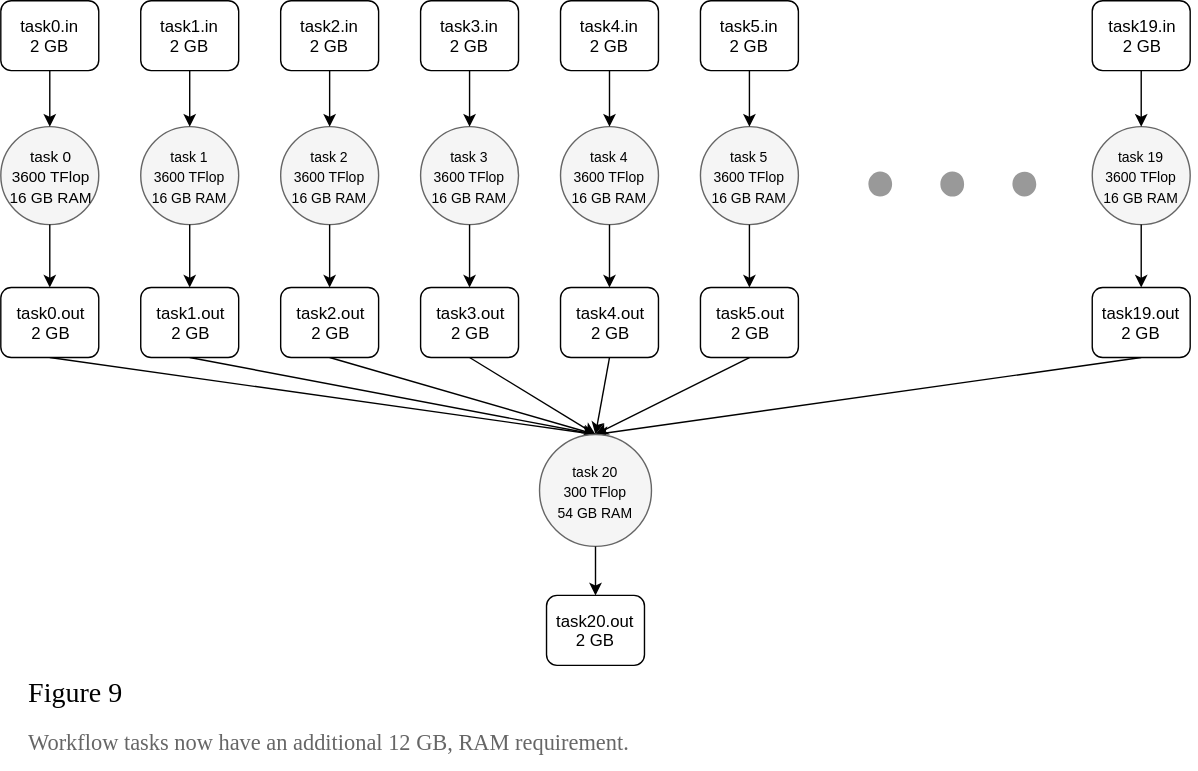
Earlier version of the draw.io export docs/public/img/workflow_execution_parallelism/workflow_using_additional_ram.svg (wrench-project/wrench-pedagogic-modules). Source tidied: cells renumbered, new cells last; positions are measured from the earlier drawing's top-left corner, leaving out a move shared by most shapes. Its diagram source:
```xml
<mxGraphModel background="#ffffff">
  <root>
    <mxCell id="0" />
    <mxCell id="1" parent="0" />
    <mxCell id="2" style="group;fillColor=none;strokeColor=none;" parent="1" vertex="1">
      <mxGeometry x="390" y="310" width="70" height="165" as="geometry" />
    </mxCell>
    <mxCell id="3" style="endArrow=classic;html=1;exitX=0.5;exitY=1;entryX=0.5;entryY=0;" parent="1" edge="1" source="14" target="47">
      <mxGeometry relative="1" as="geometry" />
    </mxCell>
    <mxCell id="4" style="endArrow=classic;html=1;exitX=0.5;exitY=1;entryX=0.5;entryY=0;" parent="1" edge="1" source="19" target="47">
      <mxGeometry relative="1" as="geometry" />
    </mxCell>
    <mxCell id="5" style="endArrow=classic;html=1;exitX=0.5;exitY=1;entryX=0.5;entryY=0;" parent="1" edge="1" source="24" target="47">
      <mxGeometry relative="1" as="geometry" />
    </mxCell>
    <mxCell id="6" style="endArrow=classic;html=1;exitX=0.5;exitY=1;entryX=0.5;entryY=0;" parent="1" edge="1" source="29" target="47">
      <mxGeometry relative="1" as="geometry" />
    </mxCell>
    <mxCell id="7" style="endArrow=classic;html=1;exitX=0.5;exitY=1;entryX=0.5;entryY=0;" parent="1" edge="1" source="34" target="47">
      <mxGeometry relative="1" as="geometry" />
    </mxCell>
    <mxCell id="8" style="endArrow=classic;html=1;exitX=0.5;exitY=1;entryX=0.5;entryY=0;" parent="1" edge="1" source="39" target="47">
      <mxGeometry relative="1" as="geometry" />
    </mxCell>
    <mxCell id="9" style="endArrow=classic;html=1;exitX=0.5;exitY=1;entryX=0.5;entryY=0;" parent="1" edge="1" source="45" target="47">
      <mxGeometry relative="1" as="geometry" />
    </mxCell>
    <mxCell id="10" value="&lt;h1 style=&quot;font-size: 20px&quot;&gt;&lt;font face=&quot;Garamond&quot; style=&quot;font-size: 20px ; font-weight: normal&quot;&gt;Figure 9&lt;/font&gt;&lt;/h1&gt;&lt;p&gt;&lt;font face=&quot;Garamond&quot;&gt;&lt;span style=&quot;font-size: 16px&quot;&gt;&lt;font color=&quot;#666666&quot;&gt;Workflow tasks now have an additional 12 GB, RAM requirement.&amp;nbsp; &amp;nbsp;&amp;nbsp;&lt;/font&gt; &amp;nbsp;&lt;/span&gt;&lt;/font&gt;&lt;/p&gt;" style="text;html=1;strokeColor=none;fillColor=none;spacing=5;spacingTop=-20;whiteSpace=wrap;overflow=hidden;rounded=0;" parent="1" vertex="1">
      <mxGeometry x="15" y="480" width="840" height="70" as="geometry" />
    </mxCell>
    <mxCell id="11" value="&lt;font style=&quot;font-size: 11px&quot;&gt;task 0&lt;br&gt;3600 TFlop&lt;br&gt;16 GB RAM&lt;br&gt;&lt;/font&gt;" style="ellipse;whiteSpace=wrap;html=1;strokeColor=#666666;strokeWidth=1;fillColor=#F5F5F5;" parent="1" vertex="1">
      <mxGeometry y="90" width="70" height="70" as="geometry" />
    </mxCell>
    <mxCell id="12" style="edgeStyle=orthogonalEdgeStyle;rounded=0;html=1;jettySize=auto;" parent="1" edge="1" source="13" target="11">
      <mxGeometry relative="1" as="geometry" />
    </mxCell>
    <mxCell id="13" value="task0.in&lt;br&gt;2 GB&lt;br&gt;" style="rounded=1;whiteSpace=wrap;html=1;strokeColor=#000000;strokeWidth=1;fillColor=#ffffff;" parent="1" vertex="1">
      <mxGeometry width="70" height="50" as="geometry" />
    </mxCell>
    <mxCell id="14" value="task0.out&lt;br&gt;2 GB&lt;br&gt;" style="rounded=1;whiteSpace=wrap;html=1;strokeColor=#000000;strokeWidth=1;fillColor=#ffffff;" parent="1" vertex="1">
      <mxGeometry y="205" width="70" height="50" as="geometry" />
    </mxCell>
    <mxCell id="15" style="edgeStyle=orthogonalEdgeStyle;rounded=0;html=1;jettySize=auto;" parent="1" edge="1" source="11" target="14">
      <mxGeometry relative="1" as="geometry" />
    </mxCell>
    <mxCell id="16" value="&lt;font style=&quot;font-size: 10px&quot;&gt;task 1&lt;br&gt;3600 TFlop&lt;br&gt;16 GB RAM&lt;br&gt;&lt;/font&gt;" style="ellipse;whiteSpace=wrap;html=1;strokeColor=#666666;strokeWidth=1;fillColor=#F5F5F5;" parent="1" vertex="1">
      <mxGeometry x="100" y="90" width="70" height="70" as="geometry" />
    </mxCell>
    <mxCell id="17" style="edgeStyle=orthogonalEdgeStyle;rounded=0;html=1;jettySize=auto;" parent="1" edge="1" source="18" target="16">
      <mxGeometry relative="1" as="geometry" />
    </mxCell>
    <mxCell id="18" value="task1.in&lt;br&gt;2 GB&lt;br&gt;" style="rounded=1;whiteSpace=wrap;html=1;strokeColor=#000000;strokeWidth=1;fillColor=#ffffff;" parent="1" vertex="1">
      <mxGeometry x="100" width="70" height="50" as="geometry" />
    </mxCell>
    <mxCell id="19" value="task1.out&lt;br&gt;2 GB&lt;br&gt;" style="rounded=1;whiteSpace=wrap;html=1;strokeColor=#000000;strokeWidth=1;fillColor=#ffffff;" parent="1" vertex="1">
      <mxGeometry x="100" y="205" width="70" height="50" as="geometry" />
    </mxCell>
    <mxCell id="20" style="edgeStyle=orthogonalEdgeStyle;rounded=0;html=1;jettySize=auto;" parent="1" edge="1" source="16" target="19">
      <mxGeometry relative="1" as="geometry" />
    </mxCell>
    <mxCell id="21" value="&lt;font style=&quot;font-size: 10px&quot;&gt;task 2&lt;br&gt;3600 TFlop&lt;br&gt;16 GB RAM&lt;br&gt;&lt;/font&gt;" style="ellipse;whiteSpace=wrap;html=1;strokeColor=#666666;strokeWidth=1;fillColor=#F5F5F5;" parent="1" vertex="1">
      <mxGeometry x="200" y="90" width="70" height="70" as="geometry" />
    </mxCell>
    <mxCell id="22" style="edgeStyle=orthogonalEdgeStyle;rounded=0;html=1;jettySize=auto;" parent="1" edge="1" source="23" target="21">
      <mxGeometry relative="1" as="geometry" />
    </mxCell>
    <mxCell id="23" value="task2.in&lt;br&gt;2 GB&lt;br&gt;" style="rounded=1;whiteSpace=wrap;html=1;strokeColor=#000000;strokeWidth=1;fillColor=#ffffff;" parent="1" vertex="1">
      <mxGeometry x="200" width="70" height="50" as="geometry" />
    </mxCell>
    <mxCell id="24" value="task2.out&lt;br&gt;2 GB&lt;br&gt;" style="rounded=1;whiteSpace=wrap;html=1;strokeColor=#000000;strokeWidth=1;fillColor=#ffffff;" parent="1" vertex="1">
      <mxGeometry x="200" y="205" width="70" height="50" as="geometry" />
    </mxCell>
    <mxCell id="25" style="edgeStyle=orthogonalEdgeStyle;rounded=0;html=1;jettySize=auto;" parent="1" edge="1" source="21" target="24">
      <mxGeometry relative="1" as="geometry" />
    </mxCell>
    <mxCell id="26" value="&lt;font style=&quot;font-size: 10px&quot;&gt;task 3&lt;br&gt;3600 TFlop&lt;br&gt;16 GB RAM&lt;br&gt;&lt;/font&gt;" style="ellipse;whiteSpace=wrap;html=1;strokeColor=#666666;strokeWidth=1;fillColor=#F5F5F5;" parent="1" vertex="1">
      <mxGeometry x="300" y="90" width="70" height="70" as="geometry" />
    </mxCell>
    <mxCell id="27" style="edgeStyle=orthogonalEdgeStyle;rounded=0;html=1;jettySize=auto;" parent="1" edge="1" source="28" target="26">
      <mxGeometry relative="1" as="geometry" />
    </mxCell>
    <mxCell id="28" value="task3.in&lt;br&gt;2 GB&lt;br&gt;" style="rounded=1;whiteSpace=wrap;html=1;strokeColor=#000000;strokeWidth=1;fillColor=#ffffff;" parent="1" vertex="1">
      <mxGeometry x="300" width="70" height="50" as="geometry" />
    </mxCell>
    <mxCell id="29" value="task3.out&lt;br&gt;2 GB&lt;br&gt;" style="rounded=1;whiteSpace=wrap;html=1;strokeColor=#000000;strokeWidth=1;fillColor=#ffffff;" parent="1" vertex="1">
      <mxGeometry x="300" y="205" width="70" height="50" as="geometry" />
    </mxCell>
    <mxCell id="30" style="edgeStyle=orthogonalEdgeStyle;rounded=0;html=1;jettySize=auto;" parent="1" edge="1" source="26" target="29">
      <mxGeometry relative="1" as="geometry" />
    </mxCell>
    <mxCell id="31" value="&lt;font style=&quot;font-size: 10px&quot;&gt;task 4&lt;br&gt;3600 TFlop&lt;br&gt;16 GB RAM&lt;br&gt;&lt;/font&gt;" style="ellipse;whiteSpace=wrap;html=1;strokeColor=#666666;strokeWidth=1;fillColor=#F5F5F5;" parent="1" vertex="1">
      <mxGeometry x="400" y="90" width="70" height="70" as="geometry" />
    </mxCell>
    <mxCell id="32" style="edgeStyle=orthogonalEdgeStyle;rounded=0;html=1;jettySize=auto;" parent="1" edge="1" source="33" target="31">
      <mxGeometry relative="1" as="geometry" />
    </mxCell>
    <mxCell id="33" value="task4.in&lt;br&gt;2 GB&lt;br&gt;" style="rounded=1;whiteSpace=wrap;html=1;strokeColor=#000000;strokeWidth=1;fillColor=#ffffff;" parent="1" vertex="1">
      <mxGeometry x="400" width="70" height="50" as="geometry" />
    </mxCell>
    <mxCell id="34" value="task4.out&lt;br&gt;2 GB&lt;br&gt;" style="rounded=1;whiteSpace=wrap;html=1;strokeColor=#000000;strokeWidth=1;fillColor=#ffffff;" parent="1" vertex="1">
      <mxGeometry x="400" y="205" width="70" height="50" as="geometry" />
    </mxCell>
    <mxCell id="35" style="edgeStyle=orthogonalEdgeStyle;rounded=0;html=1;jettySize=auto;" parent="1" edge="1" source="31" target="34">
      <mxGeometry relative="1" as="geometry" />
    </mxCell>
    <mxCell id="36" value="&lt;font style=&quot;font-size: 10px&quot;&gt;task 5&lt;br&gt;3600 TFlop&lt;br&gt;16 GB RAM&lt;br&gt;&lt;/font&gt;" style="ellipse;whiteSpace=wrap;html=1;strokeColor=#666666;strokeWidth=1;fillColor=#F5F5F5;" parent="1" vertex="1">
      <mxGeometry x="500" y="90" width="70" height="70" as="geometry" />
    </mxCell>
    <mxCell id="37" style="edgeStyle=orthogonalEdgeStyle;rounded=0;html=1;jettySize=auto;" parent="1" edge="1" source="38" target="36">
      <mxGeometry relative="1" as="geometry" />
    </mxCell>
    <mxCell id="38" value="task5.in&lt;br&gt;2 GB&lt;br&gt;" style="rounded=1;whiteSpace=wrap;html=1;strokeColor=#000000;strokeWidth=1;fillColor=#ffffff;" parent="1" vertex="1">
      <mxGeometry x="500" width="70" height="50" as="geometry" />
    </mxCell>
    <mxCell id="39" value="task5.out&lt;br&gt;2 GB&lt;br&gt;" style="rounded=1;whiteSpace=wrap;html=1;strokeColor=#000000;strokeWidth=1;fillColor=#ffffff;" parent="1" vertex="1">
      <mxGeometry x="500" y="205" width="70" height="50" as="geometry" />
    </mxCell>
    <mxCell id="40" style="edgeStyle=orthogonalEdgeStyle;rounded=0;html=1;jettySize=auto;" parent="1" edge="1" source="36" target="39">
      <mxGeometry relative="1" as="geometry" />
    </mxCell>
    <mxCell id="41" style="shadow=0;dashed=0;html=1;strokeColor=none;labelPosition=center;verticalLabelPosition=bottom;verticalAlign=top;align=center;shape=mxgraph.mscae.general_symbols.ellipses;fillColor=#999999;" parent="1" vertex="1">
      <mxGeometry x="620" y="122" width="120" height="18" as="geometry" />
    </mxCell>
    <mxCell id="42" value="&lt;font style=&quot;font-size: 10px&quot;&gt;task 19&lt;br&gt;3600 TFlop&lt;br&gt;16 GB RAM&lt;br&gt;&lt;/font&gt;" style="ellipse;whiteSpace=wrap;html=1;strokeColor=#666666;strokeWidth=1;fillColor=#F5F5F5;" parent="1" vertex="1">
      <mxGeometry x="780" y="90" width="70" height="70" as="geometry" />
    </mxCell>
    <mxCell id="43" style="edgeStyle=orthogonalEdgeStyle;rounded=0;html=1;jettySize=auto;" parent="1" edge="1" source="44" target="42">
      <mxGeometry relative="1" as="geometry" />
    </mxCell>
    <mxCell id="44" value="task19.in&lt;br&gt;2 GB&lt;br&gt;" style="rounded=1;whiteSpace=wrap;html=1;strokeColor=#000000;strokeWidth=1;fillColor=#ffffff;" parent="1" vertex="1">
      <mxGeometry x="780" width="70" height="50" as="geometry" />
    </mxCell>
    <mxCell id="45" value="task19.out&lt;br&gt;2 GB&lt;br&gt;" style="rounded=1;whiteSpace=wrap;html=1;strokeColor=#000000;strokeWidth=1;fillColor=#ffffff;" parent="1" vertex="1">
      <mxGeometry x="780" y="205" width="70" height="50" as="geometry" />
    </mxCell>
    <mxCell id="46" style="edgeStyle=orthogonalEdgeStyle;rounded=0;html=1;jettySize=auto;" parent="1" edge="1" source="42" target="45">
      <mxGeometry relative="1" as="geometry" />
    </mxCell>
    <mxCell id="47" value="&lt;font style=&quot;font-size: 10px&quot;&gt;task 20&lt;br&gt;300 TFlop&lt;br&gt;54 GB RAM&lt;br&gt;&lt;/font&gt;" style="ellipse;whiteSpace=wrap;html=1;strokeColor=#666666;strokeWidth=1;fillColor=#F5F5F5;" parent="1" vertex="1">
      <mxGeometry x="385" y="310" width="80" height="80" as="geometry" />
    </mxCell>
    <mxCell id="48" value="task20.out&lt;br&gt;2 GB&lt;br&gt;" style="rounded=1;whiteSpace=wrap;html=1;strokeColor=#000000;strokeWidth=1;fillColor=#ffffff;" parent="1" vertex="1">
      <mxGeometry x="390" y="425" width="70" height="50" as="geometry" />
    </mxCell>
    <mxCell id="49" style="edgeStyle=orthogonalEdgeStyle;rounded=0;html=1;jettySize=auto;" parent="1" edge="1" source="47" target="48">
      <mxGeometry relative="1" as="geometry" />
    </mxCell>
  </root>
</mxGraphModel>
```
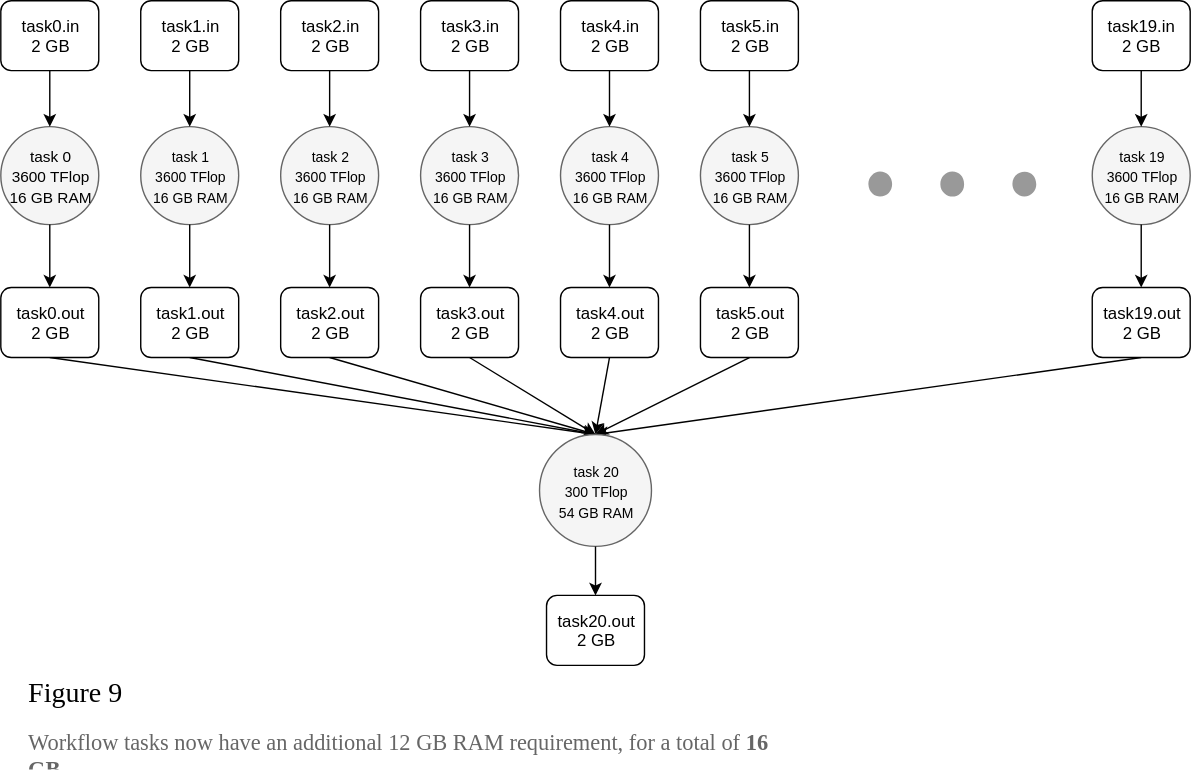
Later version of the same file.

Commit message:
Pass on Workflow and Parallelism section

What changed in the source:
```diff
@@ -26,7 +26,7 @@
     <mxCell id="9" style="endArrow=classic;html=1;exitX=0.5;exitY=1;entryX=0.5;entryY=0;" parent="1" edge="1" source="45" target="47">
       <mxGeometry relative="1" as="geometry" />
     </mxCell>
-    <mxCell id="10" value="&lt;h1 style=&quot;font-size: 20px&quot;&gt;&lt;font face=&quot;Garamond&quot; style=&quot;font-size: 20px ; font-weight: normal&quot;&gt;Figure 9&lt;/font&gt;&lt;/h1&gt;&lt;p&gt;&lt;font face=&quot;Garamond&quot;&gt;&lt;span style=&quot;font-size: 16px&quot;&gt;&lt;font color=&quot;#666666&quot;&gt;Workflow tasks now have an additional 12 GB, RAM requirement.&amp;nbsp; &amp;nbsp;&amp;nbsp;&lt;/font&gt; &amp;nbsp;&lt;/span&gt;&lt;/font&gt;&lt;/p&gt;" style="text;html=1;strokeColor=none;fillColor=none;spacing=5;spacingTop=-20;whiteSpace=wrap;overflow=hidden;rounded=0;" parent="1" vertex="1">
+    <mxCell id="10" value="&lt;h1 style=&quot;font-size: 20px&quot;&gt;&lt;font style=&quot;font-size: 20px ; font-weight: normal&quot; face=&quot;Garamond&quot;&gt;Figure 9&lt;/font&gt;&lt;/h1&gt;&lt;p&gt;&lt;font face=&quot;Garamond&quot;&gt;&lt;span style=&quot;font-size: 16px&quot;&gt;&lt;font color=&quot;#666666&quot;&gt;Workflow tasks now have an additional 12 GB RAM requirement, for a total of &lt;b&gt;16 GB&lt;/b&gt;&amp;nbsp; &amp;nbsp;&amp;nbsp;&lt;/font&gt;&amp;nbsp; &lt;br&gt;&lt;/span&gt;&lt;/font&gt;&lt;/p&gt;" style="text;html=1;strokeColor=none;fillColor=none;spacing=5;spacingTop=-20;whiteSpace=wrap;overflow=hidden;rounded=0;" parent="1" vertex="1">
       <mxGeometry x="15" y="480" width="840" height="70" as="geometry" />
     </mxCell>
     <mxCell id="11" value="&lt;font style=&quot;font-size: 11px&quot;&gt;task 0&lt;br&gt;3600 TFlop&lt;br&gt;16 GB RAM&lt;br&gt;&lt;/font&gt;" style="ellipse;whiteSpace=wrap;html=1;strokeColor=#666666;strokeWidth=1;fillColor=#F5F5F5;" parent="1" vertex="1">
```
